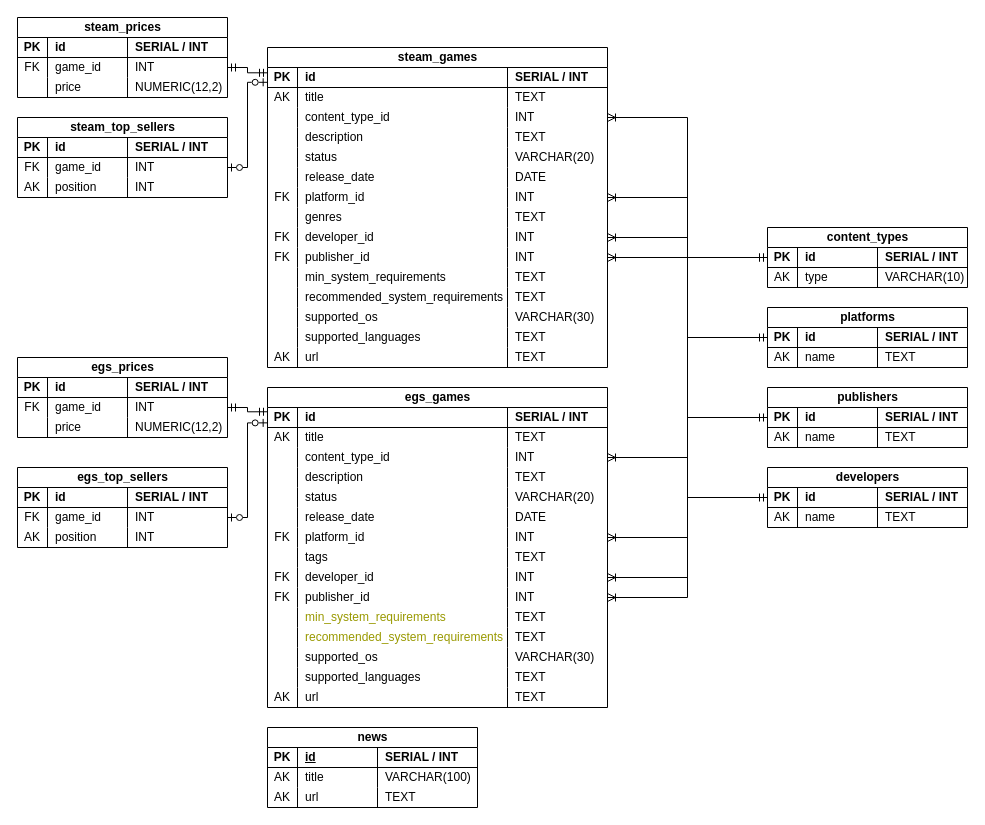
The draw.io diagram erd/database (Martin notation).drawio in xebit8/computer-games-aggregator, before the edit. Source tidied: cells renumbered, new cells numbered last; positions are measured from the earlier drawing's top-left corner, leaving out a move shared by most shapes. Both pictures are drawn from the tidied source at 100%, with x=0, y=0 at pixel (17, 17).
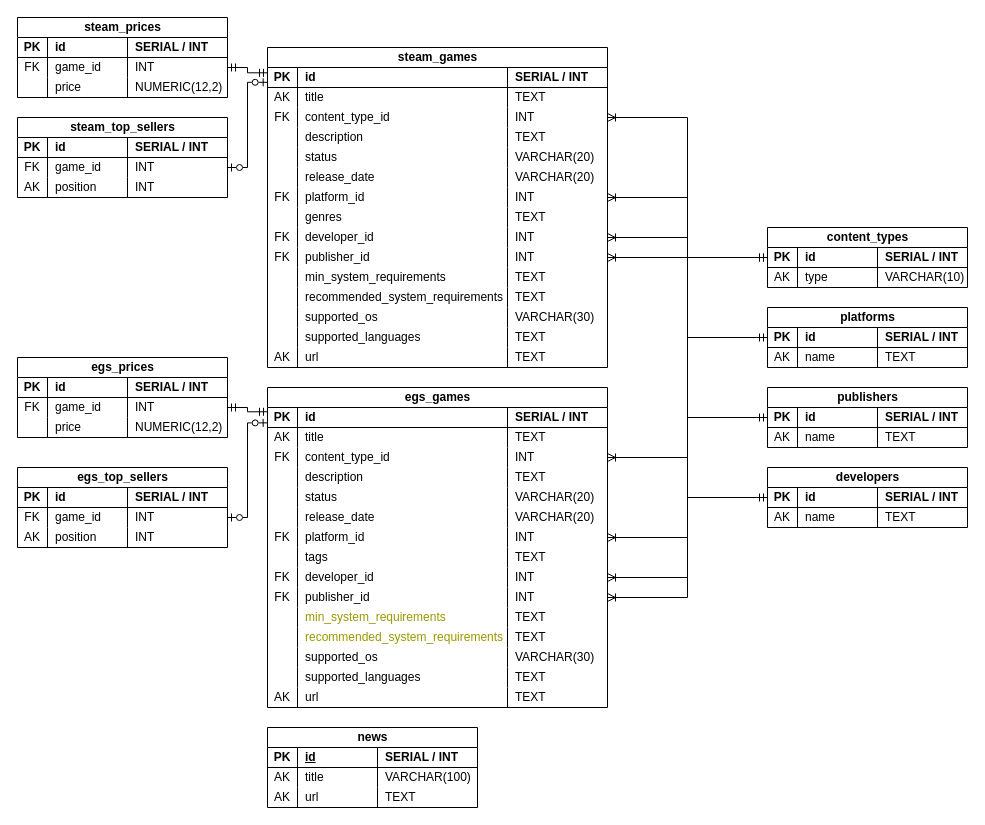
After the change.

Unchanged cells that the change refers to:
```xml
<mxCell id="11" style="shape=tableRow;horizontal=0;startSize=0;swimlaneHead=0;swimlaneBody=0;fillColor=none;points=[[0,0.5],[1,0.5]];portConstraint=eastwest;top=0;left=0;right=0;bottom=0;" parent="2" vertex="1">
  <mxGeometry y="60" width="340" height="20" as="geometry" />
</mxCell>
<mxCell id="23" style="shape=tableRow;horizontal=0;startSize=0;swimlaneHead=0;swimlaneBody=0;fillColor=none;top=0;left=0;right=0;bottom=0;" parent="2" vertex="1">
  <mxGeometry y="120" width="340" height="20" as="geometry" />
</mxCell>
<mxCell id="72" style="shape=tableRow;horizontal=0;startSize=0;swimlaneHead=0;swimlaneBody=0;fillColor=none;points=[[0,0.5],[1,0.5]];portConstraint=eastwest;top=0;left=0;right=0;bottom=0;" parent="63" vertex="1">
  <mxGeometry y="60" width="340" height="20" as="geometry" />
</mxCell>
<mxCell id="84" style="shape=tableRow;horizontal=0;startSize=0;swimlaneHead=0;swimlaneBody=0;fillColor=none;top=0;left=0;right=0;bottom=0;" parent="63" vertex="1">
  <mxGeometry y="120" width="340" height="20" as="geometry" />
</mxCell>
```

Change to the diagram source:
```diff
@@
-    <mxCell id="12" style="shape=partialRectangle;fillColor=none;top=0;left=0;bottom=0;right=0;overflow=hidden;whiteSpace=wrap;html=1;" parent="11" vertex="1">
+    <mxCell id="12" value="FK" style="shape=partialRectangle;fillColor=none;top=0;left=0;bottom=0;right=0;overflow=hidden;whiteSpace=wrap;html=1;" parent="11" vertex="1">
       <mxGeometry width="30" height="20" as="geometry" />
     </mxCell>
@@
-    <mxCell id="26" value="DATE" style="shape=partialRectangle;fillColor=none;top=0;left=0;bottom=0;right=0;align=left;spacingLeft=6;overflow=hidden;whiteSpace=wrap;html=1;" parent="23" vertex="1">
+    <mxCell id="26" value="VARCHAR(20)" style="shape=partialRectangle;fillColor=none;top=0;left=0;bottom=0;right=0;align=left;spacingLeft=6;overflow=hidden;whiteSpace=wrap;html=1;" parent="23" vertex="1">
       <mxGeometry x="240" width="100" height="20" as="geometry" />
     </mxCell>
@@
-    <mxCell id="73" style="shape=partialRectangle;fillColor=none;top=0;left=0;bottom=0;right=0;overflow=hidden;whiteSpace=wrap;html=1;" parent="72" vertex="1">
+    <mxCell id="73" value="FK" style="shape=partialRectangle;fillColor=none;top=0;left=0;bottom=0;right=0;overflow=hidden;whiteSpace=wrap;html=1;" parent="72" vertex="1">
       <mxGeometry width="30" height="20" as="geometry" />
     </mxCell>
@@
-    <mxCell id="87" value="DATE" style="shape=partialRectangle;fillColor=none;top=0;left=0;bottom=0;right=0;align=left;spacingLeft=6;overflow=hidden;whiteSpace=wrap;html=1;" parent="84" vertex="1">
+    <mxCell id="87" value="VARCHAR(20)" style="shape=partialRectangle;fillColor=none;top=0;left=0;bottom=0;right=0;align=left;spacingLeft=6;overflow=hidden;whiteSpace=wrap;html=1;" parent="84" vertex="1">
       <mxGeometry x="240" width="100" height="20" as="geometry" />
     </mxCell>
```
